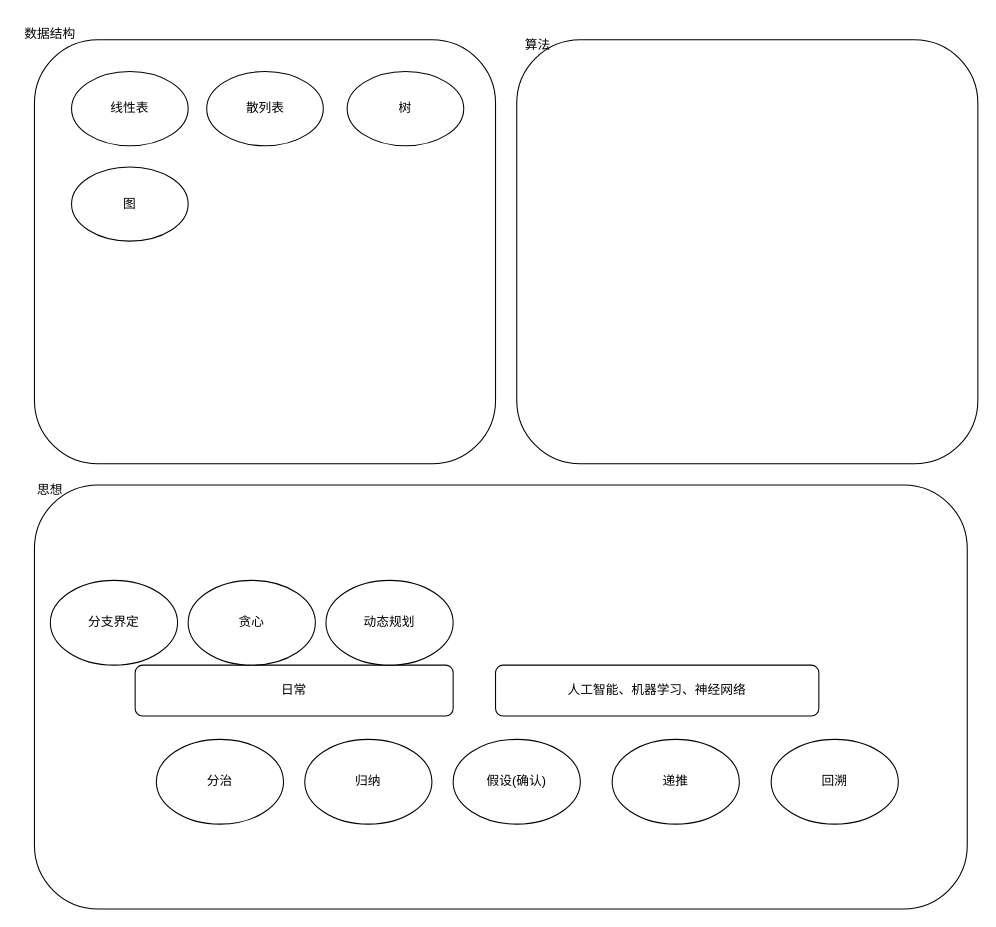
This is menus/算法.drawio from Asamiyaa/microservice-k8s-yun, a draw.io file, before an edit. Source tidied: cells renumbered, new cells numbered last; positions are measured from the earlier drawing's top-left corner, leaving out a move shared by most shapes. Both pictures are drawn from the tidied source at 106%, with x=0, y=0 at pixel (18, 18).
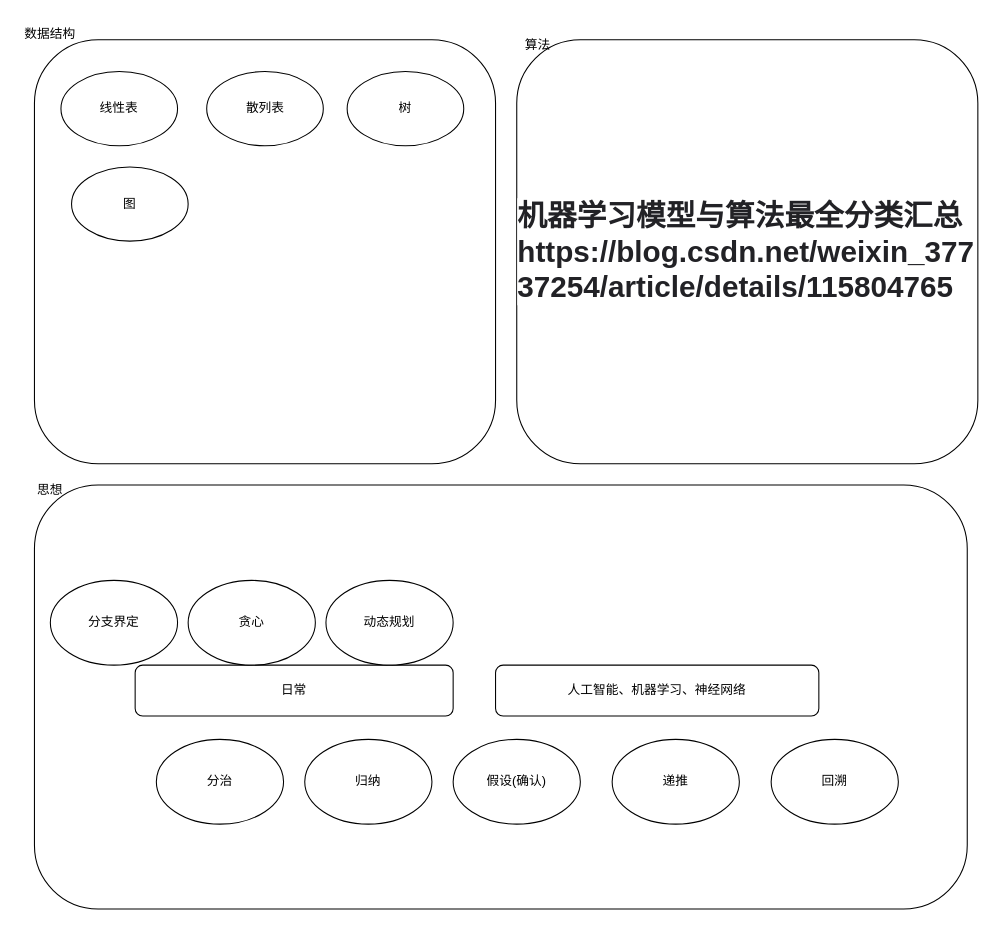
The same diagram, later.

The edit, as a diff of the source:
```diff
@@
-    <mxCell id="15" style="rounded=1;whiteSpace=wrap;html=1;" parent="1" vertex="1">
+    <mxCell id="15" value="&lt;h1 style=&quot;box-sizing: border-box; outline: 0px; margin: 0px; padding: 0px; overflow-wrap: break-word; word-break: break-all; text-align: start; background-color: rgb(255, 255, 255);&quot; id=&quot;articleContentId&quot; class=&quot;title-article&quot;&gt;&lt;font face=&quot;PingFang SC, Microsoft YaHei, SimHei, Arial, SimSun&quot; color=&quot;#222226&quot;&gt;&lt;span style=&quot;font-size: 28px;&quot;&gt;机器学习模型与算法最全分类汇总&lt;/span&gt;&lt;/font&gt;&lt;br&gt;&lt;font face=&quot;PingFang SC, Microsoft YaHei, SimHei, Arial, SimSun&quot; color=&quot;#222226&quot;&gt;&lt;span style=&quot;font-size: 28px;&quot;&gt;https://blog.csdn.net/weixin_37737254/article/details/115804765&lt;/span&gt;&lt;/font&gt;&lt;br&gt;&lt;/h1&gt;" style="rounded=1;whiteSpace=wrap;html=1;" parent="1" vertex="1">
       <mxGeometry x="470" y="20" width="435" height="400" as="geometry" />
     </mxCell>
@@
     <mxCell id="18" value="线性表" style="ellipse;whiteSpace=wrap;html=1;" parent="1" vertex="1">
-      <mxGeometry x="50" y="50" width="110" height="70" as="geometry" />
+      <mxGeometry x="40" y="50" width="110" height="70" as="geometry" />
     </mxCell>
```
